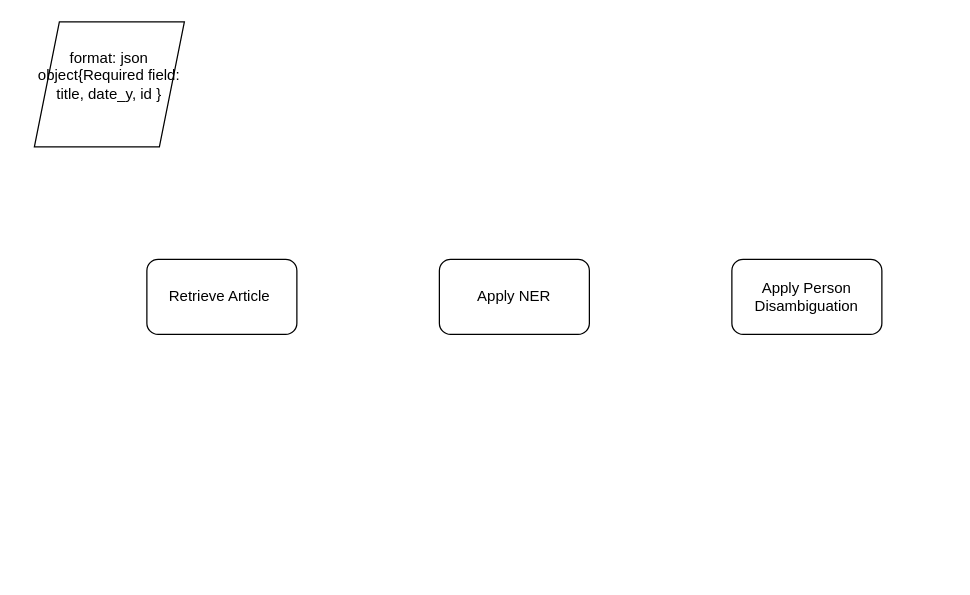
The draw.io diagram workflowDiagram.drawio in Shoilee/linking_delpher, before the edit. Source tidied: cells renumbered, new cells numbered last; positions are measured from the earlier drawing's top-left corner, leaving out a move shared by most shapes. Both pictures are drawn from the tidied source at 125%, with x=0, y=0 at pixel (34, 21).
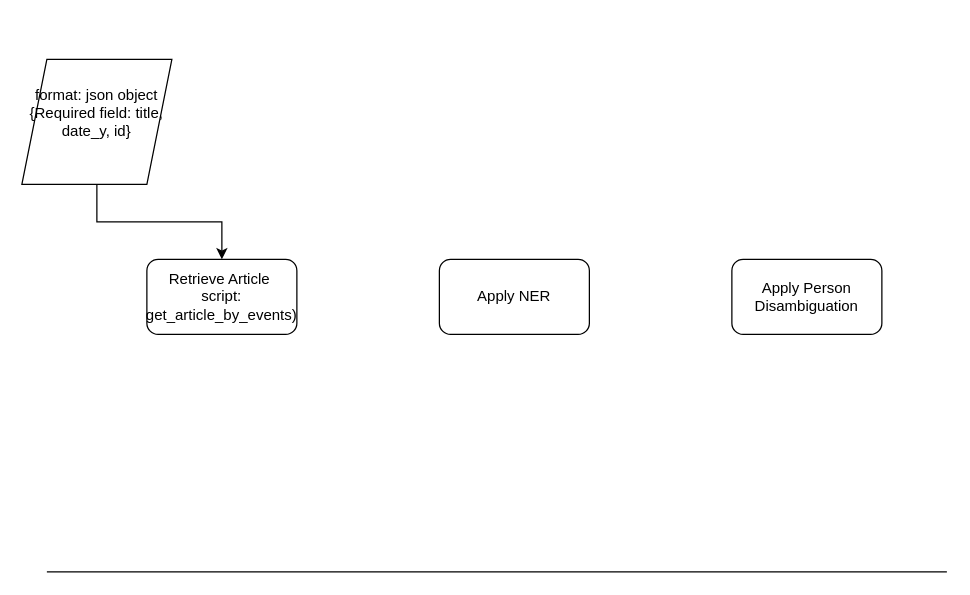
The same diagram, later.

Diff of the diagram source:
```diff
@@
 <mxGraphModel>
   <root>
     <mxCell id="0" />
     <mxCell id="1" parent="0" />
-    <mxCell id="2" value="Retrieve Article&amp;nbsp;" style="rounded=1;whiteSpace=wrap;html=1;" parent="1" vertex="1">
+    <mxCell id="2" value="Retrieve Article&amp;nbsp;&lt;div&gt;script: get_article_by_events)&lt;/div&gt;" style="rounded=1;whiteSpace=wrap;html=1;" parent="1" vertex="1">
       <mxGeometry x="90" y="190" width="120" height="60" as="geometry" />
     </mxCell>
     <mxCell id="3" value="Apply NER" style="rounded=1;whiteSpace=wrap;html=1;" parent="1" vertex="1">
       <mxGeometry x="324" y="190" width="120" height="60" as="geometry" />
     </mxCell>
     <mxCell id="4" value="Apply Person Disambiguation" style="rounded=1;whiteSpace=wrap;html=1;" parent="1" vertex="1">
       <mxGeometry x="558" y="190" width="120" height="60" as="geometry" />
     </mxCell>
+    <mxCell id="6" style="edgeStyle=orthogonalEdgeStyle;rounded=0;jettySize=auto;html=1;entryX=0.5;entryY=0;entryDx=0;entryDy=0;" parent="1" edge="1" source="5" target="2">
+      <mxGeometry relative="1" as="geometry" />
+    </mxCell>
-    <mxCell id="5" value="format: json object{Required field: title, date_y, id&amp;nbsp;&lt;span style=&quot;background-color: transparent; color: light-dark(rgb(0, 0, 0), rgb(255, 255, 255));&quot;&gt;}&lt;/span&gt;&lt;div&gt;&lt;br&gt;&lt;/div&gt;" style="shape=parallelogram;perimeter=parallelogramPerimeter;whiteSpace=wrap;html=1;shapeInside=1;fixedSize=1;" parent="1" vertex="1">
-      <mxGeometry width="120" height="100" as="geometry" />
+    <mxCell id="5" value="format: json object {Required field: title, date_y, id&lt;span style=&quot;background-color: transparent; color: light-dark(rgb(0, 0, 0), rgb(255, 255, 255));&quot;&gt;}&lt;/span&gt;&lt;div&gt;&lt;br&gt;&lt;/div&gt;" style="shape=parallelogram;perimeter=parallelogramPerimeter;whiteSpace=wrap;html=1;shapeInside=1;fixedSize=1;" parent="1" vertex="1">
+      <mxGeometry x="-10" y="30" width="120" height="100" as="geometry" />
     </mxCell>
+    <mxCell id="7" style="endArrow=none;html=1;rounded=0;" parent="1" edge="1">
+      <mxGeometry relative="1" as="geometry">
+        <mxPoint x="10" y="440" as="sourcePoint" />
+        <mxPoint x="730" y="440" as="targetPoint" />
+      </mxGeometry>
+    </mxCell>
   </root>
 </mxGraphModel>
```
